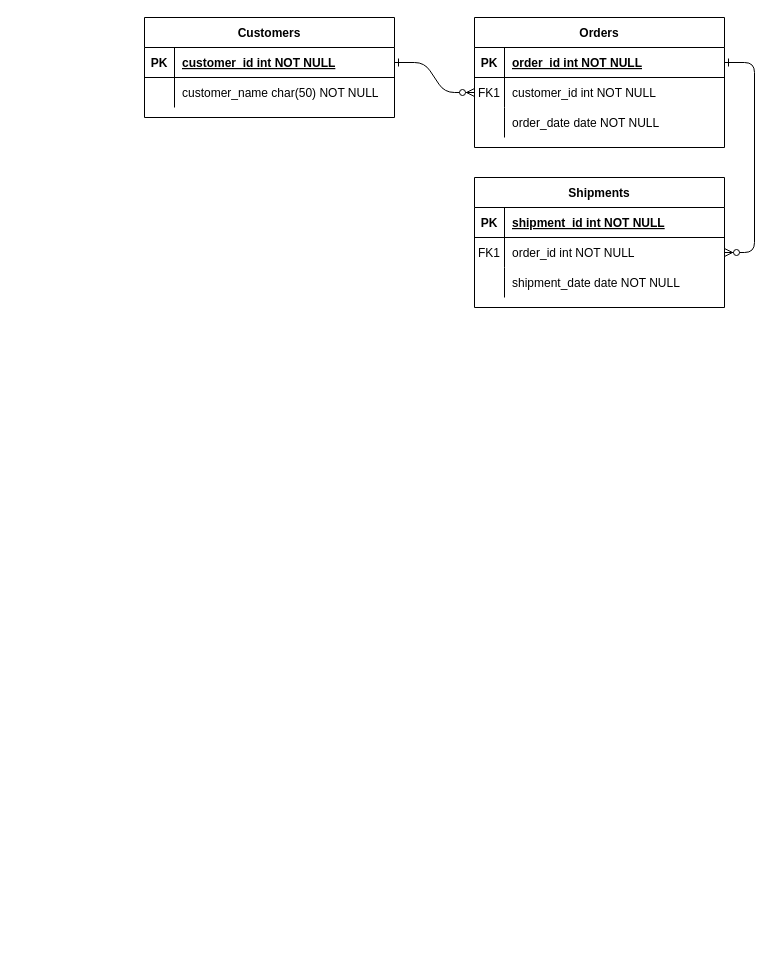
Before: Untitled Diagram.drawio in khushbookrishnani25/Navtech_Assignment_Solution, a draw.io diagram. Source tidied: cells renumbered, new cells numbered last; positions are measured from the earlier drawing's top-left corner, leaving out a move shared by most shapes. Both pictures are drawn from the tidied source at 100%, with x=0, y=0 at pixel (144, 17).
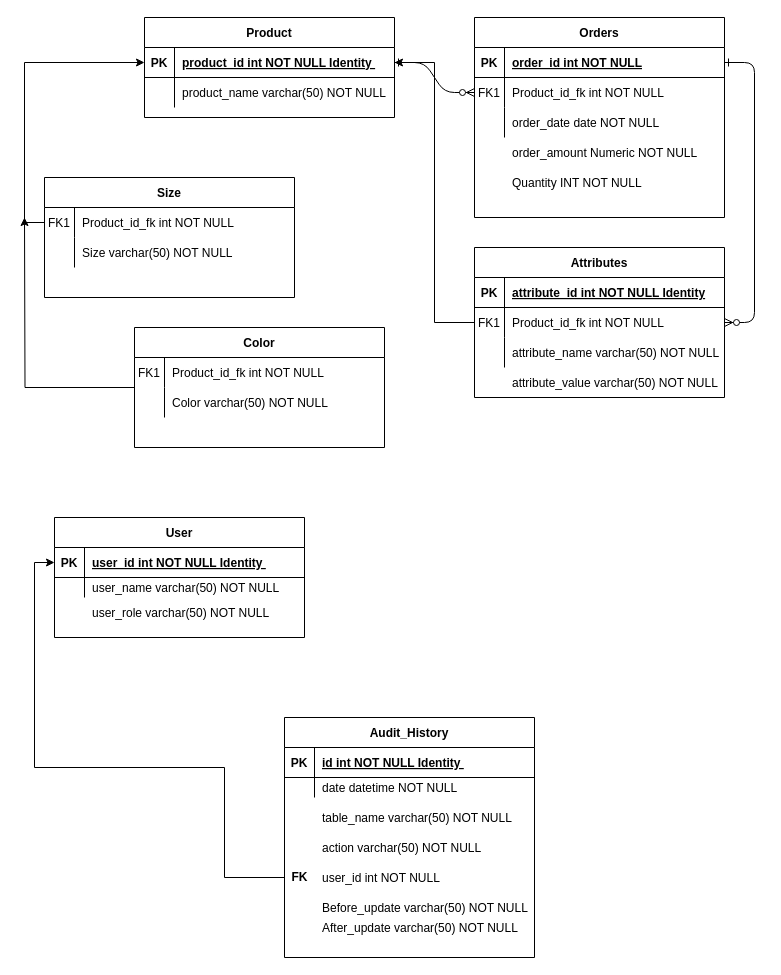
After the change.

Commit message:
Navtech ER Diagram

Unchanged cells that the change refers to:
```xml
<mxCell id="8" style="shape=partialRectangle;fillColor=none;points=[[0,0.5],[1,0.5]];portConstraint=eastwest;top=0;left=0;right=0;bottom=0;" parent="4" vertex="1">
  <mxGeometry y="60" width="250" height="30" as="geometry" />
</mxCell>
<mxCell id="15" style="shape=partialRectangle;fillColor=none;top=0;left=0;right=0;bottom=1;" parent="14" vertex="1">
  <mxGeometry y="30" width="250" height="30" as="geometry" />
</mxCell>
<mxCell id="18" style="shape=partialRectangle;fillColor=none;points=[[0,0.5],[1,0.5]];portConstraint=eastwest;top=0;left=0;right=0;bottom=0;" parent="14" vertex="1">
  <mxGeometry y="60" width="250" height="30" as="geometry" />
</mxCell>
<mxCell id="21" style="shape=partialRectangle;fillColor=none;top=0;left=0;right=0;bottom=0;" parent="14" vertex="1">
  <mxGeometry y="90" width="250" height="30" as="geometry" />
</mxCell>
<mxCell id="25" style="shape=partialRectangle;fillColor=none;points=[[0,0.5],[1,0.5]];portConstraint=eastwest;top=0;left=0;right=0;bottom=1;" parent="24" vertex="1">
  <mxGeometry y="30" width="250" height="30" as="geometry" />
</mxCell>
<mxCell id="28" style="shape=partialRectangle;fillColor=none;top=0;left=0;right=0;bottom=0;" parent="24" vertex="1">
  <mxGeometry y="60" width="250" height="30" as="geometry" />
</mxCell>
```

What changed in the source:
```diff
@@
     <mxCell id="4" value="Orders" style="shape=table;startSize=30;childLayout=tableLayout;rowLines=0;fontStyle=1;align=center;" parent="1" vertex="1">
-      <mxGeometry x="330" width="250" height="130" as="geometry" />
+      <mxGeometry x="330" width="250" height="200" as="geometry" />
     </mxCell>
@@
-    <mxCell id="10" value="customer_id int NOT NULL" style="shape=partialRectangle;overflow=hidden;fillColor=none;top=0;left=0;bottom=0;right=0;align=left;spacingLeft=6;" parent="8" vertex="1">
+    <mxCell id="10" value="Product_id_fk int NOT NULL" style="shape=partialRectangle;overflow=hidden;fillColor=none;top=0;left=0;bottom=0;right=0;align=left;spacingLeft=6;" parent="8" vertex="1">
       <mxGeometry x="30" width="220" height="30" as="geometry" />
     </mxCell>
@@
-    <mxCell id="14" value="Shipments" style="shape=table;startSize=30;childLayout=tableLayout;rowLines=0;fontStyle=1;align=center;" parent="1" vertex="1">
-      <mxGeometry x="330" y="160" width="250" height="130" as="geometry" />
+    <mxCell id="14" value="Attributes" style="shape=table;startSize=30;childLayout=tableLayout;rowLines=0;fontStyle=1;align=center;" parent="1" vertex="1">
+      <mxGeometry x="330" y="230" width="250" height="150" as="geometry" />
     </mxCell>
@@
-    <mxCell id="17" value="shipment_id int NOT NULL " style="shape=partialRectangle;overflow=hidden;fillColor=none;top=0;left=0;bottom=0;right=0;align=left;spacingLeft=6;fontStyle=5;" parent="15" vertex="1">
+    <mxCell id="17" value="attribute_id int NOT NULL Identity" style="shape=partialRectangle;overflow=hidden;fillColor=none;top=0;left=0;bottom=0;right=0;align=left;spacingLeft=6;fontStyle=5;" parent="15" vertex="1">
       <mxGeometry x="30" width="220" height="30" as="geometry" />
     </mxCell>
@@
-    <mxCell id="20" value="order_id int NOT NULL" style="shape=partialRectangle;overflow=hidden;fillColor=none;top=0;left=0;bottom=0;right=0;align=left;spacingLeft=6;" parent="18" vertex="1">
+    <mxCell id="20" value="Product_id_fk int NOT NULL" style="shape=partialRectangle;overflow=hidden;fillColor=none;top=0;left=0;bottom=0;right=0;align=left;spacingLeft=6;" parent="18" vertex="1">
       <mxGeometry x="30" width="220" height="30" as="geometry" />
     </mxCell>
@@
-    <mxCell id="23" value="shipment_date date NOT NULL" style="shape=partialRectangle;overflow=hidden;fillColor=none;top=0;left=0;bottom=0;right=0;align=left;spacingLeft=6;" parent="21" vertex="1">
+    <mxCell id="23" value="attribute_name varchar(50) NOT NULL" style="shape=partialRectangle;overflow=hidden;fillColor=none;top=0;left=0;bottom=0;right=0;align=left;spacingLeft=6;" parent="21" vertex="1">
       <mxGeometry x="30" width="220" height="30" as="geometry" />
     </mxCell>
-    <mxCell id="24" value="Customers" style="shape=table;startSize=30;childLayout=tableLayout;rowLines=0;fontStyle=1;align=center;" parent="1" vertex="1">
+    <mxCell id="24" value="Product" style="shape=table;startSize=30;childLayout=tableLayout;rowLines=0;fontStyle=1;align=center;" parent="1" vertex="1">
       <mxGeometry width="250" height="100" as="geometry" />
     </mxCell>
@@
-    <mxCell id="27" value="customer_id int NOT NULL " style="shape=partialRectangle;overflow=hidden;fillColor=none;top=0;left=0;bottom=0;right=0;align=left;spacingLeft=6;fontStyle=5;" parent="25" vertex="1">
+    <mxCell id="27" value="product_id int NOT NULL Identity " style="shape=partialRectangle;overflow=hidden;fillColor=none;top=0;left=0;bottom=0;right=0;align=left;spacingLeft=6;fontStyle=5;" parent="25" vertex="1">
       <mxGeometry x="30" width="220" height="30" as="geometry" />
     </mxCell>
@@
-    <mxCell id="30" value="customer_name char(50) NOT NULL" style="shape=partialRectangle;overflow=hidden;fillColor=none;top=0;left=0;bottom=0;right=0;align=left;spacingLeft=6;" parent="28" vertex="1">
+    <mxCell id="30" value="product_name varchar(50) NOT NULL" style="shape=partialRectangle;overflow=hidden;fillColor=none;top=0;left=0;bottom=0;right=0;align=left;spacingLeft=6;" parent="28" vertex="1">
       <mxGeometry x="30" width="220" height="30" as="geometry" />
     </mxCell>
+    <mxCell id="31" value="order_amount Numeric NOT NULL" style="shape=partialRectangle;overflow=hidden;fillColor=none;top=0;left=0;bottom=0;right=0;align=left;spacingLeft=6;" parent="1" vertex="1">
+      <mxGeometry x="360" y="120" width="220" height="30" as="geometry" />
+    </mxCell>
+    <mxCell id="32" value="Quantity INT NOT NULL" style="shape=partialRectangle;overflow=hidden;fillColor=none;top=0;left=0;bottom=0;right=0;align=left;spacingLeft=6;" parent="1" vertex="1">
+      <mxGeometry x="360" y="150" width="220" height="30" as="geometry" />
+    </mxCell>
+    <mxCell id="33" style="edgeStyle=orthogonalEdgeStyle;rounded=0;jettySize=auto;html=1;entryX=1;entryY=0.5;entryDx=0;entryDy=0;" parent="1" edge="1" source="18" target="25">
+      <mxGeometry relative="1" as="geometry">
+        <Array as="points">
+          <mxPoint x="290" y="305" />
+          <mxPoint x="290" y="45" />
+        </Array>
+      </mxGeometry>
+    </mxCell>
+    <mxCell id="34" value="attribute_value varchar(50) NOT NULL" style="shape=partialRectangle;overflow=hidden;fillColor=none;top=0;left=0;bottom=0;right=0;align=left;spacingLeft=6;" parent="1" vertex="1">
+      <mxGeometry x="360" y="350" width="220" height="30" as="geometry" />
+    </mxCell>
+    <mxCell id="35" style="edgeStyle=orthogonalEdgeStyle;rounded=0;jettySize=auto;html=1;entryX=0;entryY=0.5;entryDx=0;entryDy=0;exitX=0;exitY=0.5;exitDx=0;exitDy=0;" parent="1" edge="1" source="37" target="25">
+      <mxGeometry relative="1" as="geometry" />
+    </mxCell>
+    <mxCell id="36" value="Size" style="shape=table;startSize=30;childLayout=tableLayout;rowLines=0;fontStyle=1;align=center;" parent="1" vertex="1">
+      <mxGeometry x="-100" y="160" width="250" height="120" as="geometry" />
+    </mxCell>
+    <mxCell id="37" style="shape=partialRectangle;fillColor=none;points=[[0,0.5],[1,0.5]];portConstraint=eastwest;top=0;left=0;right=0;bottom=0;" parent="36" vertex="1">
+      <mxGeometry y="30" width="250" height="30" as="geometry" />
+    </mxCell>
+    <mxCell id="38" value="FK1" style="shape=partialRectangle;overflow=hidden;fillColor=none;top=0;left=0;bottom=0;right=0;" parent="37" vertex="1">
+      <mxGeometry width="30" height="30" as="geometry" />
+    </mxCell>
+    <mxCell id="39" value="Product_id_fk int NOT NULL" style="shape=partialRectangle;overflow=hidden;fillColor=none;top=0;left=0;bottom=0;right=0;align=left;spacingLeft=6;" parent="37" vertex="1">
+      <mxGeometry x="30" width="220" height="30" as="geometry" />
+    </mxCell>
+    <mxCell id="40" style="shape=partialRectangle;fillColor=none;top=0;left=0;right=0;bottom=0;" parent="36" vertex="1">
+      <mxGeometry y="60" width="250" height="30" as="geometry" />
+    </mxCell>
+    <mxCell id="41" style="shape=partialRectangle;overflow=hidden;fillColor=none;top=0;left=0;bottom=0;right=0;" parent="40" vertex="1">
+      <mxGeometry width="30" height="30" as="geometry" />
+    </mxCell>
+    <mxCell id="42" value="Size varchar(50) NOT NULL" style="shape=partialRectangle;overflow=hidden;fillColor=none;top=0;left=0;bottom=0;right=0;align=left;spacingLeft=6;" parent="40" vertex="1">
+      <mxGeometry x="30" width="220" height="30" as="geometry" />
+    </mxCell>
+    <mxCell id="43" style="edgeStyle=orthogonalEdgeStyle;rounded=0;jettySize=auto;html=1;" parent="1" edge="1" source="44">
+      <mxGeometry relative="1" as="geometry">
+        <mxPoint x="-120" y="200" as="targetPoint" />
+      </mxGeometry>
+    </mxCell>
+    <mxCell id="44" value="Color" style="shape=table;startSize=30;childLayout=tableLayout;rowLines=0;fontStyle=1;align=center;" parent="1" vertex="1">
+      <mxGeometry x="-10" y="310" width="250" height="120" as="geometry" />
+    </mxCell>
+    <mxCell id="45" style="shape=partialRectangle;fillColor=none;top=0;left=0;right=0;bottom=0;" parent="44" vertex="1">
+      <mxGeometry y="30" width="250" height="30" as="geometry" />
+    </mxCell>
+    <mxCell id="46" value="FK1" style="shape=partialRectangle;overflow=hidden;fillColor=none;top=0;left=0;bottom=0;right=0;" parent="45" vertex="1">
+      <mxGeometry width="30" height="30" as="geometry" />
+    </mxCell>
+    <mxCell id="47" value="Product_id_fk int NOT NULL" style="shape=partialRectangle;overflow=hidden;fillColor=none;top=0;left=0;bottom=0;right=0;align=left;spacingLeft=6;" parent="45" vertex="1">
+      <mxGeometry x="30" width="220" height="30" as="geometry" />
+    </mxCell>
+    <mxCell id="48" style="shape=partialRectangle;fillColor=none;top=0;left=0;right=0;bottom=0;" parent="44" vertex="1">
+      <mxGeometry y="60" width="250" height="30" as="geometry" />
+    </mxCell>
+    <mxCell id="49" style="shape=partialRectangle;overflow=hidden;fillColor=none;top=0;left=0;bottom=0;right=0;" parent="48" vertex="1">
+      <mxGeometry width="30" height="30" as="geometry" />
+    </mxCell>
+    <mxCell id="50" value="Color varchar(50) NOT NULL" style="shape=partialRectangle;overflow=hidden;fillColor=none;top=0;left=0;bottom=0;right=0;align=left;spacingLeft=6;" parent="48" vertex="1">
+      <mxGeometry x="30" width="220" height="30" as="geometry" />
+    </mxCell>
+    <mxCell id="51" value="User" style="shape=table;startSize=30;childLayout=tableLayout;rowLines=0;fontStyle=1;align=center;" parent="1" vertex="1">
+      <mxGeometry x="-90" y="500" width="250" height="120" as="geometry" />
+    </mxCell>
+    <mxCell id="52" style="shape=partialRectangle;fillColor=none;points=[[0,0.5],[1,0.5]];portConstraint=eastwest;top=0;left=0;right=0;bottom=1;" parent="51" vertex="1">
+      <mxGeometry y="30" width="250" height="30" as="geometry" />
+    </mxCell>
+    <mxCell id="53" value="PK" style="shape=partialRectangle;overflow=hidden;fillColor=none;top=0;left=0;bottom=0;right=0;fontStyle=1;" parent="52" vertex="1">
+      <mxGeometry width="30" height="30" as="geometry" />
+    </mxCell>
+    <mxCell id="54" value="user_id int NOT NULL Identity " style="shape=partialRectangle;overflow=hidden;fillColor=none;top=0;left=0;bottom=0;right=0;align=left;spacingLeft=6;fontStyle=5;" parent="52" vertex="1">
+      <mxGeometry x="30" width="220" height="30" as="geometry" />
+    </mxCell>
+    <mxCell id="55" style="shape=partialRectangle;fillColor=none;top=0;left=0;right=0;bottom=0;" parent="51" vertex="1">
+      <mxGeometry y="60" width="250" height="20" as="geometry" />
+    </mxCell>
+    <mxCell id="56" style="shape=partialRectangle;overflow=hidden;fillColor=none;top=0;left=0;bottom=0;right=0;" parent="55" vertex="1">
+      <mxGeometry width="30" height="20" as="geometry" />
+    </mxCell>
+    <mxCell id="57" value="user_name varchar(50) NOT NULL" style="shape=partialRectangle;overflow=hidden;fillColor=none;top=0;left=0;bottom=0;right=0;align=left;spacingLeft=6;" parent="55" vertex="1">
+      <mxGeometry x="30" width="220" height="20" as="geometry" />
+    </mxCell>
+    <mxCell id="58" value="Audit_History" style="shape=table;startSize=30;childLayout=tableLayout;rowLines=0;fontStyle=1;align=center;" parent="1" vertex="1">
+      <mxGeometry x="140" y="700" width="250" height="240" as="geometry" />
+    </mxCell>
+    <mxCell id="59" style="shape=partialRectangle;fillColor=none;top=0;left=0;right=0;bottom=1;" parent="58" vertex="1">
+      <mxGeometry y="30" width="250" height="30" as="geometry" />
+    </mxCell>
+    <mxCell id="60" value="PK" style="shape=partialRectangle;overflow=hidden;fillColor=none;top=0;left=0;bottom=0;right=0;fontStyle=1;" parent="59" vertex="1">
+      <mxGeometry width="30" height="30" as="geometry" />
+    </mxCell>
+    <mxCell id="61" value="id int NOT NULL Identity " style="shape=partialRectangle;overflow=hidden;fillColor=none;top=0;left=0;bottom=0;right=0;align=left;spacingLeft=6;fontStyle=5;" parent="59" vertex="1">
+      <mxGeometry x="30" width="220" height="30" as="geometry" />
+    </mxCell>
+    <mxCell id="62" style="shape=partialRectangle;fillColor=none;top=0;left=0;right=0;bottom=0;" parent="58" vertex="1">
+      <mxGeometry y="60" width="250" height="20" as="geometry" />
+    </mxCell>
+    <mxCell id="63" style="shape=partialRectangle;overflow=hidden;fillColor=none;top=0;left=0;bottom=0;right=0;" parent="62" vertex="1">
+      <mxGeometry width="30" height="20" as="geometry" />
+    </mxCell>
+    <mxCell id="64" value="date datetime NOT NULL" style="shape=partialRectangle;overflow=hidden;fillColor=none;top=0;left=0;bottom=0;right=0;align=left;spacingLeft=6;" parent="62" vertex="1">
+      <mxGeometry x="30" width="220" height="20" as="geometry" />
+    </mxCell>
+    <mxCell id="65" value="table_name varchar(50) NOT NULL" style="shape=partialRectangle;overflow=hidden;fillColor=none;top=0;left=0;bottom=0;right=0;align=left;spacingLeft=6;" parent="1" vertex="1">
+      <mxGeometry x="170" y="790" width="220" height="20" as="geometry" />
+    </mxCell>
+    <mxCell id="66" value="action varchar(50) NOT NULL" style="shape=partialRectangle;overflow=hidden;fillColor=none;top=0;left=0;bottom=0;right=0;align=left;spacingLeft=6;" parent="1" vertex="1">
+      <mxGeometry x="170" y="820" width="220" height="20" as="geometry" />
+    </mxCell>
+    <mxCell id="67" value="user_id int NOT NULL" style="shape=partialRectangle;overflow=hidden;fillColor=none;top=0;left=0;bottom=0;right=0;align=left;spacingLeft=6;" parent="1" vertex="1">
+      <mxGeometry x="170" y="850" width="220" height="20" as="geometry" />
+    </mxCell>
+    <mxCell id="68" value="Before_update varchar(50) NOT NULL" style="shape=partialRectangle;overflow=hidden;fillColor=none;top=0;left=0;bottom=0;right=0;align=left;spacingLeft=6;" parent="1" vertex="1">
+      <mxGeometry x="170" y="880" width="220" height="20" as="geometry" />
+    </mxCell>
+    <mxCell id="69" value="After_update varchar(50) NOT NULL" style="shape=partialRectangle;overflow=hidden;fillColor=none;top=0;left=0;bottom=0;right=0;align=left;spacingLeft=6;" parent="1" vertex="1">
+      <mxGeometry x="170" y="900" width="220" height="20" as="geometry" />
+    </mxCell>
+    <mxCell id="70" value="user_role varchar(50) NOT NULL" style="shape=partialRectangle;overflow=hidden;fillColor=none;top=0;left=0;bottom=0;right=0;align=left;spacingLeft=6;" parent="1" vertex="1">
+      <mxGeometry x="-60" y="580" width="220" height="30" as="geometry" />
+    </mxCell>
+    <mxCell id="71" style="edgeStyle=orthogonalEdgeStyle;rounded=0;jettySize=auto;html=1;entryX=0;entryY=0.5;entryDx=0;entryDy=0;" parent="1" edge="1" source="72" target="52">
+      <mxGeometry relative="1" as="geometry">
+        <Array as="points">
+          <mxPoint x="80" y="860" />
+          <mxPoint x="80" y="750" />
+          <mxPoint x="-110" y="750" />
+          <mxPoint x="-110" y="545" />
+        </Array>
+      </mxGeometry>
+    </mxCell>
+    <mxCell id="72" value="FK" style="text;html=1;align=center;verticalAlign=middle;points=[];strokeColor=none;fillColor=none;fontStyle=1;" parent="1" vertex="1">
+      <mxGeometry x="140" y="850" width="30" height="20" as="geometry" />
+    </mxCell>
```
